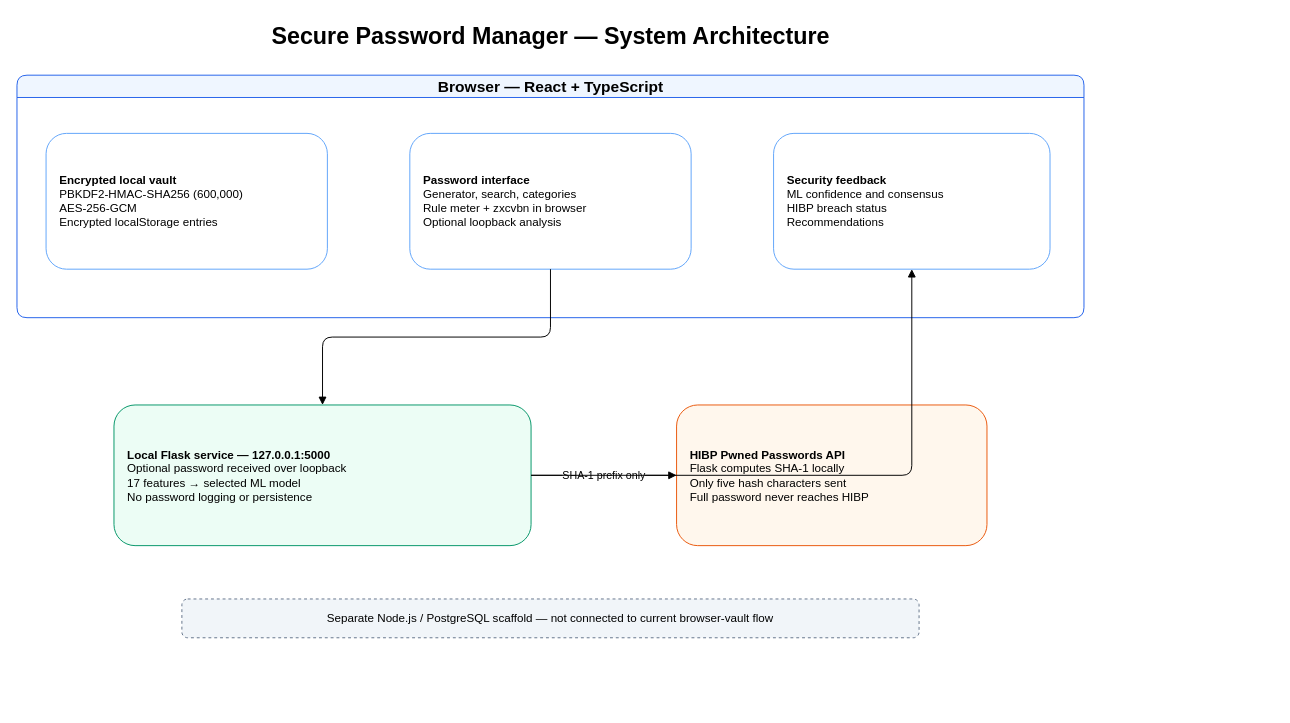
Above: report/diagrams/system_architecture.drawio in shivavoorkonda/password-manager-cybersecurity-project (draw.io), before the change. Source tidied: cells renumbered, new cells numbered last; positions are measured from the earlier drawing's top-left corner, leaving out a move shared by most shapes. Both pictures are drawn from the tidied source at 97%, with x=0, y=0 at pixel (16, 16).
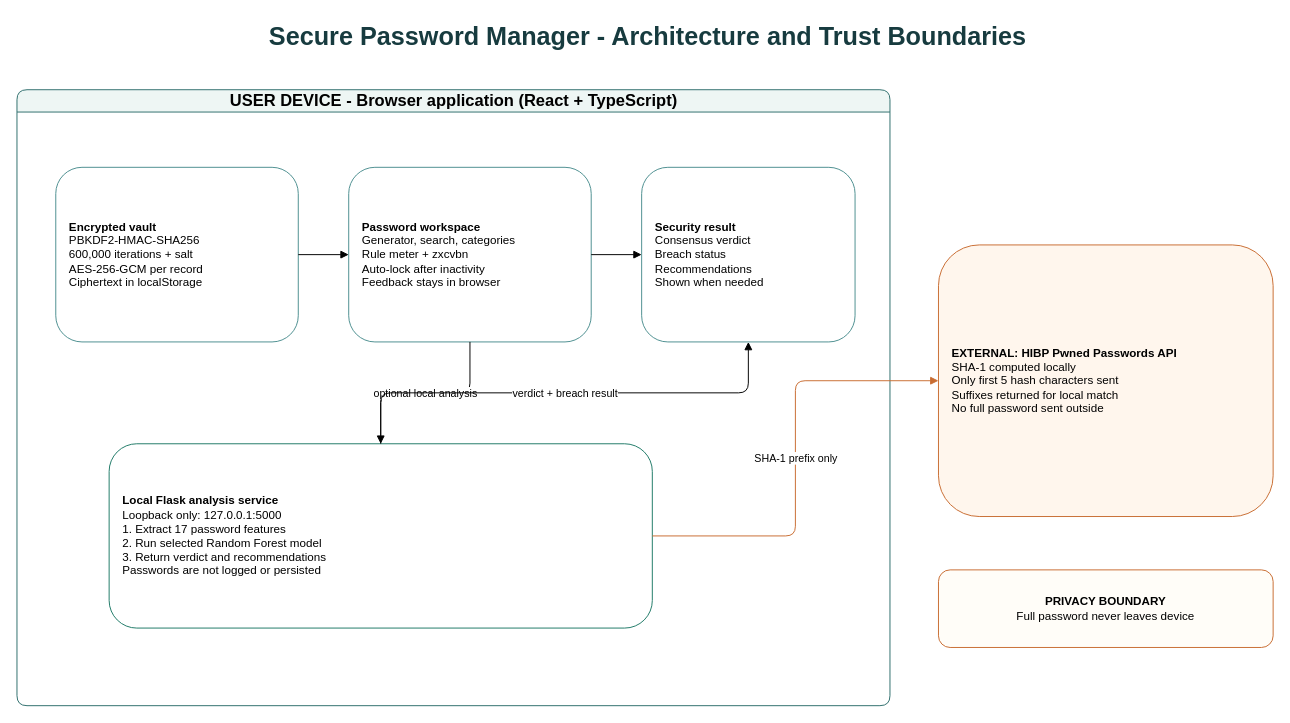
The same diagram, later.

Commit message (it also covers changes not shown here):
docs: refine architecture diagram trust boundaries

What changed in the source:
```diff
@@
 <mxGraphModel>
   <root>
     <mxCell id="0" />
     <mxCell id="1" parent="0" />
-    <mxCell id="2" value="Secure Password Manager — System Architecture" style="text;html=1;fontSize=24;fontStyle=1;align=center;verticalAlign=middle;" parent="1" vertex="1">
-      <mxGeometry x="200" width="700" height="40" as="geometry" />
+    <mxCell id="2" value="Secure Password Manager - Architecture and Trust Boundaries" style="text;html=1;fontSize=26;fontStyle=1;fontColor=#173b3f;align=center;verticalAlign=middle;" parent="1" vertex="1">
+      <mxGeometry x="200" width="900" height="40" as="geometry" />
     </mxCell>
-    <mxCell id="3" value="Browser — React + TypeScript" style="swimlane;html=1;rounded=1;fillColor=#eff6ff;strokeColor=#2563eb;fontStyle=1;fontSize=16;" parent="1" vertex="1">
-      <mxGeometry y="60" width="1100" height="250" as="geometry" />
-    </mxCell>
+    <mxCell id="13" value="USER DEVICE - Browser application (React + TypeScript)" style="swimlane;html=1;rounded=1;fillColor=#eef6f4;strokeColor=#2f6f6d;fontStyle=1;fontSize=17;" parent="1" vertex="1">
+      <mxGeometry y="75" width="900" height="635" as="geometry" />
+    </mxCell>
-    <mxCell id="4" value="&lt;b&gt;Encrypted local vault&lt;/b&gt;&lt;br&gt;PBKDF2-HMAC-SHA256 (600,000)&lt;br&gt;AES-256-GCM&lt;br&gt;Encrypted localStorage entries" style="rounded=1;html=1;whiteSpace=wrap;fillColor=#ffffff;strokeColor=#60a5fa;align=left;spacingLeft=12;" parent="3" vertex="1">
-      <mxGeometry x="30" y="60" width="290" height="140" as="geometry" />
+    <mxCell id="4" value="&lt;b&gt;Encrypted vault&lt;/b&gt;&lt;br&gt;PBKDF2-HMAC-SHA256&lt;br&gt;600,000 iterations + salt&lt;br&gt;AES-256-GCM per record&lt;br&gt;Ciphertext in localStorage" style="rounded=1;html=1;whiteSpace=wrap;fillColor=#ffffff;strokeColor=#4d8f90;align=left;spacingLeft=12;" parent="13" vertex="1">
+      <mxGeometry x="40" y="80" width="250" height="180" as="geometry" />
     </mxCell>
-    <mxCell id="5" value="&lt;b&gt;Password interface&lt;/b&gt;&lt;br&gt;Generator, search, categories&lt;br&gt;Rule meter + zxcvbn in browser&lt;br&gt;Optional loopback analysis" style="rounded=1;html=1;whiteSpace=wrap;fillColor=#ffffff;strokeColor=#60a5fa;align=left;spacingLeft=12;" parent="3" vertex="1">
-      <mxGeometry x="405" y="60" width="290" height="140" as="geometry" />
-    </mxCell>
-    <mxCell id="6" value="&lt;b&gt;Security feedback&lt;/b&gt;&lt;br&gt;ML confidence and consensus&lt;br&gt;HIBP breach status&lt;br&gt;Recommendations" style="rounded=1;html=1;whiteSpace=wrap;fillColor=#ffffff;strokeColor=#60a5fa;align=left;spacingLeft=12;" parent="3" vertex="1">
-      <mxGeometry x="780" y="60" width="285" height="140" as="geometry" />
-    </mxCell>
+    <mxCell id="14" value="&lt;b&gt;Password workspace&lt;/b&gt;&lt;br&gt;Generator, search, categories&lt;br&gt;Rule meter + zxcvbn&lt;br&gt;Auto-lock after inactivity&lt;br&gt;Feedback stays in browser" style="rounded=1;html=1;whiteSpace=wrap;fillColor=#ffffff;strokeColor=#4d8f90;align=left;spacingLeft=12;" parent="13" vertex="1">
+      <mxGeometry x="342" y="80" width="250" height="180" as="geometry" />
+    </mxCell>
+    <mxCell id="15" value="&lt;b&gt;Security result&lt;/b&gt;&lt;br&gt;Consensus verdict&lt;br&gt;Breach status&lt;br&gt;Recommendations&lt;br&gt;Shown when needed" style="rounded=1;html=1;whiteSpace=wrap;fillColor=#ffffff;strokeColor=#4d8f90;align=left;spacingLeft=12;" parent="13" vertex="1">
+      <mxGeometry x="644" y="80" width="220" height="180" as="geometry" />
+    </mxCell>
-    <mxCell id="7" value="&lt;b&gt;Local Flask service — 127.0.0.1:5000&lt;/b&gt;&lt;br&gt;Optional password received over loopback&lt;br&gt;17 features → selected ML model&lt;br&gt;No password logging or persistence" style="rounded=1;html=1;whiteSpace=wrap;fillColor=#ecfdf5;strokeColor=#059669;align=left;spacingLeft=12;" parent="1" vertex="1">
-      <mxGeometry x="100" y="400" width="430" height="145" as="geometry" />
+    <mxCell id="7" value="&lt;b&gt;Local Flask analysis service&lt;/b&gt;&lt;br&gt;Loopback only: 127.0.0.1:5000&lt;br&gt;1. Extract 17 password features&lt;br&gt;2. Run selected Random Forest model&lt;br&gt;3. Return verdict and recommendations&lt;br&gt;Passwords are not logged or persisted" style="rounded=1;html=1;whiteSpace=wrap;fillColor=#ffffff;strokeColor=#1f7a68;align=left;spacingLeft=12;" parent="13" vertex="1">
+      <mxGeometry x="95" y="365" width="560" height="190" as="geometry" />
     </mxCell>
-    <mxCell id="8" value="&lt;b&gt;HIBP Pwned Passwords API&lt;/b&gt;&lt;br&gt;Flask computes SHA-1 locally&lt;br&gt;Only five hash characters sent&lt;br&gt;Full password never reaches HIBP" style="rounded=1;html=1;whiteSpace=wrap;fillColor=#fff7ed;strokeColor=#ea580c;align=left;spacingLeft=12;" parent="1" vertex="1">
-      <mxGeometry x="680" y="400" width="320" height="145" as="geometry" />
+    <mxCell id="8" value="&lt;b&gt;EXTERNAL: HIBP Pwned Passwords API&lt;/b&gt;&lt;br&gt;SHA-1 computed locally&lt;br&gt;Only first 5 hash characters sent&lt;br&gt;Suffixes returned for local match&lt;br&gt;No full password sent outside" style="rounded=1;html=1;whiteSpace=wrap;fillColor=#fff6ed;strokeColor=#c96d32;align=left;spacingLeft=12;" parent="1" vertex="1">
+      <mxGeometry x="950" y="235" width="345" height="280" as="geometry" />
     </mxCell>
-    <mxCell id="9" value="Separate Node.js / PostgreSQL scaffold — not connected to current browser-vault flow" style="rounded=1;html=1;whiteSpace=wrap;fillColor=#f1f5f9;strokeColor=#64748b;dashed=1;align=center;" parent="1" vertex="1">
-      <mxGeometry x="170" y="600" width="760" height="40" as="geometry" />
-    </mxCell>
+    <mxCell id="16" value="&lt;b&gt;PRIVACY BOUNDARY&lt;/b&gt;&lt;br&gt;Full password never leaves device" style="rounded=1;html=1;whiteSpace=wrap;fillColor=#fffdf8;strokeColor=#c96d32;align=center;verticalAlign=middle;" parent="1" vertex="1">
+      <mxGeometry x="950" y="570" width="345" height="80" as="geometry" />
+    </mxCell>
-    <mxCell id="10" style="edgeStyle=orthogonalEdgeStyle;html=1;endArrow=block;" parent="1" edge="1" source="5" target="7">
+    <mxCell id="10" style="edgeStyle=orthogonalEdgeStyle;html=1;endArrow=block;" parent="1" edge="1" source="4" target="14">
       <mxGeometry relative="1" as="geometry" />
     </mxCell>
-    <mxCell id="11" value="SHA-1 prefix only" style="edgeStyle=orthogonalEdgeStyle;html=1;endArrow=block;" parent="1" edge="1" source="7" target="8">
+    <mxCell id="11" style="edgeStyle=orthogonalEdgeStyle;html=1;endArrow=block;" parent="1" edge="1" source="14" target="15">
       <mxGeometry relative="1" as="geometry" />
     </mxCell>
-    <mxCell id="12" style="edgeStyle=orthogonalEdgeStyle;html=1;endArrow=block;" parent="1" edge="1" source="7" target="6">
+    <mxCell id="12" value="optional local analysis" style="edgeStyle=orthogonalEdgeStyle;html=1;endArrow=block;" parent="1" edge="1" source="14" target="7">
       <mxGeometry relative="1" as="geometry" />
     </mxCell>
+    <mxCell id="17" value="SHA-1 prefix only" style="edgeStyle=orthogonalEdgeStyle;html=1;endArrow=block;strokeColor=#c96d32;" parent="1" edge="1" source="7" target="8">
+      <mxGeometry relative="1" as="geometry" />
+    </mxCell>
+    <mxCell id="18" value="verdict + breach result" style="edgeStyle=orthogonalEdgeStyle;html=1;endArrow=block;" parent="1" edge="1" source="7" target="15">
+      <mxGeometry relative="1" as="geometry" />
+    </mxCell>
   </root>
 </mxGraphModel>
```
